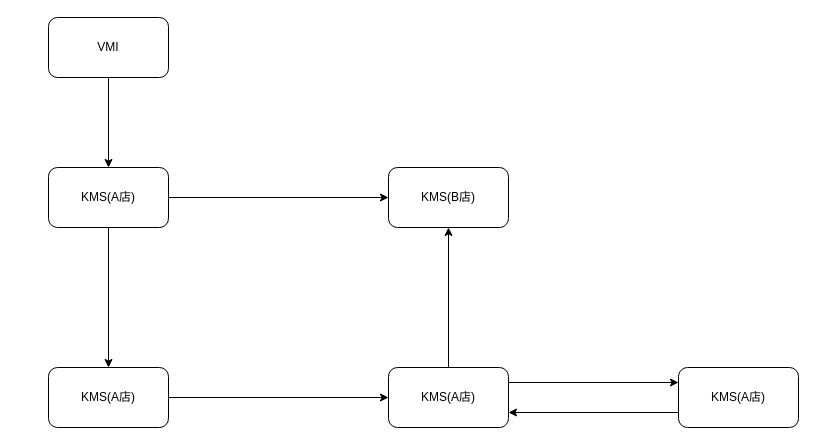
Above: Untitled Diagram.drawio in nick7761/hello-world (draw.io), before the change. Source tidied: cells renumbered, new cells numbered last; positions are measured from the earlier drawing's top-left corner, leaving out a move shared by most shapes. Both pictures are drawn from the tidied source at 100%, with x=0, y=0 at pixel (48, 17).
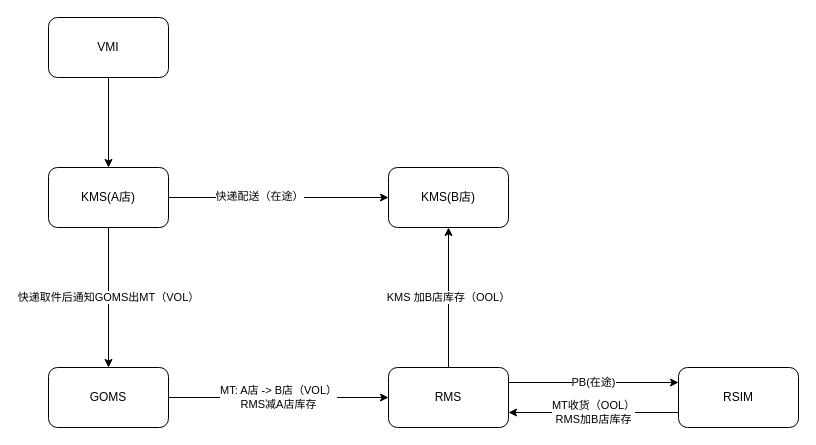
Above is the later version.

The edit, as a diff of the source:
```diff
@@
 <mxGraphModel>
   <root>
     <mxCell id="0" />
     <mxCell id="1" parent="0" />
     <mxCell id="2" style="rounded=0;jettySize=auto;html=1;exitX=0.5;exitY=1;exitDx=0;exitDy=0;entryX=0.5;entryY=0;entryDx=0;entryDy=0;" parent="1" edge="1" source="3" target="6">
       <mxGeometry relative="1" as="geometry" />
     </mxCell>
     <mxCell id="3" value="VMI" style="rounded=1;whiteSpace=wrap;html=1;" parent="1" vertex="1">
       <mxGeometry width="120" height="60" as="geometry" />
     </mxCell>
-    <mxCell id="4" style="edgeStyle=none;rounded=0;jettySize=auto;html=1;exitX=0.5;exitY=1;exitDx=0;exitDy=0;entryX=0.5;entryY=0;entryDx=0;entryDy=0;" parent="1" edge="1" source="6" target="9">
+    <mxCell id="4" value="快递取件后通知GOMS出MT（VOL）" style="edgeStyle=none;rounded=0;jettySize=auto;html=1;exitX=0.5;exitY=1;exitDx=0;exitDy=0;entryX=0.5;entryY=0;entryDx=0;entryDy=0;" parent="1" edge="1" source="6" target="9">
       <mxGeometry relative="1" as="geometry" />
     </mxCell>
     <mxCell id="5" style="edgeStyle=none;rounded=0;jettySize=auto;html=1;exitX=1;exitY=0.5;exitDx=0;exitDy=0;entryX=0;entryY=0.5;entryDx=0;entryDy=0;" parent="1" edge="1" source="6" target="7">
       <mxGeometry relative="1" as="geometry" />
     </mxCell>
+    <mxCell id="15" value="快递配送（在途）" style="edgeLabel;html=1;align=center;verticalAlign=middle;" parent="5" vertex="1">
+      <mxGeometry x="-0.18" y="2" relative="1" as="geometry" />
+    </mxCell>
     <mxCell id="6" value="KMS(A店)" style="rounded=1;whiteSpace=wrap;html=1;" parent="1" vertex="1">
       <mxGeometry y="150" width="120" height="60" as="geometry" />
     </mxCell>
     <mxCell id="7" value="KMS(B店)" style="rounded=1;whiteSpace=wrap;html=1;" parent="1" vertex="1">
       <mxGeometry x="340" y="150" width="120" height="60" as="geometry" />
     </mxCell>
-    <mxCell id="8" style="edgeStyle=none;rounded=0;jettySize=auto;html=1;exitX=1;exitY=0.5;exitDx=0;exitDy=0;entryX=0;entryY=0.5;entryDx=0;entryDy=0;" parent="1" edge="1" source="9" target="12">
+    <mxCell id="8" value="MT: A店 -&amp;gt; B店（VOL）&lt;br&gt;RMS减A店库存" style="edgeStyle=none;rounded=0;jettySize=auto;html=1;exitX=1;exitY=0.5;exitDx=0;exitDy=0;entryX=0;entryY=0.5;entryDx=0;entryDy=0;" parent="1" edge="1" source="9" target="12">
       <mxGeometry relative="1" as="geometry" />
     </mxCell>
-    <mxCell id="9" value="KMS(A店)" style="rounded=1;whiteSpace=wrap;html=1;" parent="1" vertex="1">
+    <mxCell id="9" value="GOMS" style="rounded=1;whiteSpace=wrap;html=1;" parent="1" vertex="1">
       <mxGeometry y="350" width="120" height="60" as="geometry" />
     </mxCell>
-    <mxCell id="10" style="edgeStyle=none;rounded=0;jettySize=auto;html=1;exitX=1;exitY=0.25;exitDx=0;exitDy=0;entryX=0;entryY=0.25;entryDx=0;entryDy=0;" parent="1" edge="1" source="12" target="14">
+    <mxCell id="10" value="PB(在途)" style="edgeStyle=none;rounded=0;jettySize=auto;html=1;exitX=1;exitY=0.25;exitDx=0;exitDy=0;entryX=0;entryY=0.25;entryDx=0;entryDy=0;" parent="1" edge="1" source="12" target="14">
       <mxGeometry relative="1" as="geometry" />
     </mxCell>
-    <mxCell id="11" style="edgeStyle=none;rounded=0;jettySize=auto;html=1;exitX=0.5;exitY=0;exitDx=0;exitDy=0;entryX=0.5;entryY=1;entryDx=0;entryDy=0;" parent="1" edge="1" source="12" target="7">
+    <mxCell id="11" value="KMS 加B店库存（OOL）" style="edgeStyle=none;rounded=0;jettySize=auto;html=1;exitX=0.5;exitY=0;exitDx=0;exitDy=0;entryX=0.5;entryY=1;entryDx=0;entryDy=0;" parent="1" edge="1" source="12" target="7">
       <mxGeometry relative="1" as="geometry" />
     </mxCell>
-    <mxCell id="12" value="KMS(A店)" style="rounded=1;whiteSpace=wrap;html=1;" parent="1" vertex="1">
+    <mxCell id="12" value="RMS" style="rounded=1;whiteSpace=wrap;html=1;" parent="1" vertex="1">
       <mxGeometry x="340" y="350" width="120" height="60" as="geometry" />
     </mxCell>
-    <mxCell id="13" style="edgeStyle=none;rounded=0;jettySize=auto;html=1;exitX=0;exitY=0.75;exitDx=0;exitDy=0;entryX=1;entryY=0.75;entryDx=0;entryDy=0;" parent="1" edge="1" source="14" target="12">
+    <mxCell id="13" value="MT收货（OOL）&lt;br&gt;RMS加B店库存" style="edgeStyle=none;rounded=0;jettySize=auto;html=1;exitX=0;exitY=0.75;exitDx=0;exitDy=0;entryX=1;entryY=0.75;entryDx=0;entryDy=0;" parent="1" edge="1" source="14" target="12">
       <mxGeometry relative="1" as="geometry" />
     </mxCell>
-    <mxCell id="14" value="KMS(A店)" style="rounded=1;whiteSpace=wrap;html=1;" parent="1" vertex="1">
+    <mxCell id="14" value="RSIM" style="rounded=1;whiteSpace=wrap;html=1;" parent="1" vertex="1">
       <mxGeometry x="630" y="350" width="120" height="60" as="geometry" />
     </mxCell>
   </root>
 </mxGraphModel>
```
